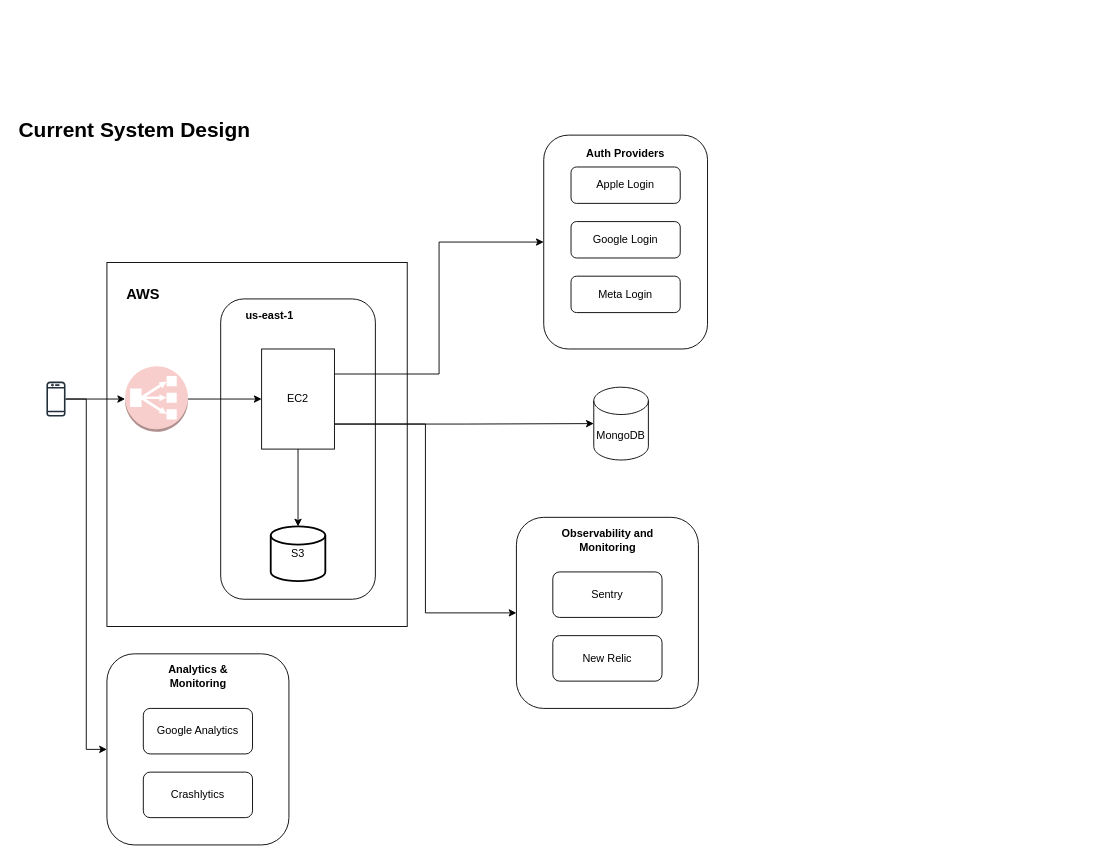
Before: system-design-common-app.drawio in jasieloc/system-design, a draw.io diagram. Source tidied: cells renumbered, new cells numbered last; positions are measured from the earlier drawing's top-left corner, leaving out a move shared by most shapes. Both pictures are drawn from the tidied source at 91%, with x=0, y=0 at pixel (15, 112).
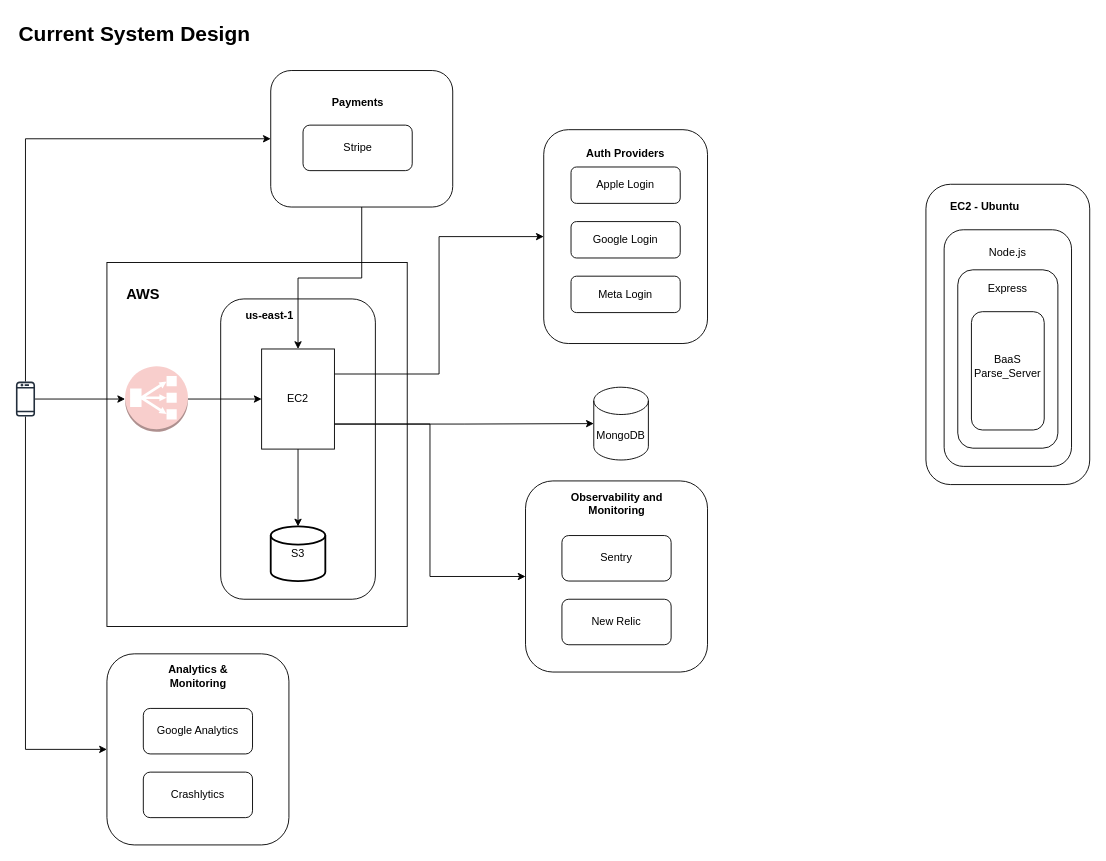
The same diagram, later.

The change refers to these unchanged cells:
```xml
<mxCell id="9" value="EC2" style="rounded=0;whiteSpace=wrap;html=1;" parent="1" vertex="1">
  <mxGeometry x="270" y="260" width="80" height="110" as="geometry" />
</mxCell>
<mxCell id="23" style="rounded=1;whiteSpace=wrap;html=1;fillColor=none;" parent="1" vertex="1">
  <mxGeometry x="100" y="595" width="200" height="210" as="geometry" />
</mxCell>
```

Diff of the diagram source:
```diff
@@
+    <mxCell id="32" style="edgeStyle=orthogonalEdgeStyle;rounded=0;jettySize=auto;html=1;" parent="1" edge="1" source="33" target="9">
+      <mxGeometry relative="1" as="geometry" />
+    </mxCell>
+    <mxCell id="33" style="rounded=1;whiteSpace=wrap;html=1;fillColor=none;" parent="1" vertex="1">
+      <mxGeometry x="280" y="-46" width="200" height="150" as="geometry" />
+    </mxCell>
@@
     <mxCell id="4" value="Current System Design" style="text;html=1;align=center;verticalAlign=middle;strokeColor=none;fillColor=none;fontSize=23;fontStyle=1;" parent="1" vertex="1">
-      <mxGeometry width="260" height="40" as="geometry" />
+      <mxGeometry y="-106" width="260" height="40" as="geometry" />
     </mxCell>
@@
     <mxCell id="11" style="edgeStyle=orthogonalEdgeStyle;rounded=0;jettySize=auto;html=1;entryX=0;entryY=0.5;entryDx=0;entryDy=0;" parent="1" edge="1" source="12" target="23">
-      <mxGeometry relative="1" as="geometry" />
+      <mxGeometry relative="1" as="geometry">
+        <Array as="points">
+          <mxPoint x="11" y="700" />
+        </Array>
+      </mxGeometry>
     </mxCell>
+    <mxCell id="34" style="edgeStyle=orthogonalEdgeStyle;rounded=0;jettySize=auto;html=1;entryX=0;entryY=0.5;entryDx=0;entryDy=0;" parent="1" edge="1" source="12" target="33">
+      <mxGeometry relative="1" as="geometry">
+        <Array as="points">
+          <mxPoint x="11" y="29" />
+        </Array>
+      </mxGeometry>
+    </mxCell>
     <mxCell id="12" style="sketch=0;outlineConnect=0;fontColor=#232F3E;gradientColor=none;fillColor=#232F3D;strokeColor=none;dashed=0;verticalLabelPosition=bottom;verticalAlign=top;align=center;html=1;fontSize=12;fontStyle=0;shape=mxgraph.aws4.mobile_client;" parent="1" vertex="1">
-      <mxGeometry x="33.5" y="295" width="21" height="40" as="geometry" />
+      <mxGeometry y="295" width="21" height="40" as="geometry" />
     </mxCell>
@@
     <mxCell id="21" style="rounded=1;whiteSpace=wrap;html=1;fillColor=none;" parent="1" vertex="1">
-      <mxGeometry x="580" y="25" width="180" height="235" as="geometry" />
+      <mxGeometry x="580" y="19" width="180" height="235" as="geometry" />
     </mxCell>
@@
     <mxCell id="28" style="rounded=1;whiteSpace=wrap;html=1;fillColor=none;" parent="1" vertex="1">
-      <mxGeometry x="550" y="445" width="200" height="210" as="geometry" />
+      <mxGeometry x="560" y="405" width="200" height="210" as="geometry" />
     </mxCell>
     <mxCell id="29" value="Sentry" style="rounded=1;whiteSpace=wrap;html=1;" parent="1" vertex="1">
-      <mxGeometry x="590" y="505" width="120" height="50" as="geometry" />
+      <mxGeometry x="600" y="465" width="120" height="50" as="geometry" />
     </mxCell>
     <mxCell id="30" value="New Relic" style="rounded=1;whiteSpace=wrap;html=1;" parent="1" vertex="1">
-      <mxGeometry x="590" y="575" width="120" height="50" as="geometry" />
+      <mxGeometry x="600" y="535" width="120" height="50" as="geometry" />
     </mxCell>
     <mxCell id="31" value="Observability and Monitoring" style="text;html=1;align=center;verticalAlign=middle;whiteSpace=wrap;rounded=0;fontStyle=1;" parent="1" vertex="1">
-      <mxGeometry x="585.5" y="455" width="129" height="30" as="geometry" />
+      <mxGeometry x="595.5" y="415" width="129" height="30" as="geometry" />
     </mxCell>
+    <mxCell id="35" style="rounded=1;whiteSpace=wrap;html=1;" parent="1" vertex="1">
+      <mxGeometry x="1000" y="79" width="180" height="330" as="geometry" />
+    </mxCell>
+    <mxCell id="36" value="EC2 - Ubuntu" style="text;html=1;align=center;verticalAlign=middle;whiteSpace=wrap;rounded=0;fontStyle=1;" parent="1" vertex="1">
+      <mxGeometry x="1020" y="89" width="90" height="30" as="geometry" />
+    </mxCell>
+    <mxCell id="37" style="rounded=1;whiteSpace=wrap;html=1;" parent="1" vertex="1">
+      <mxGeometry x="1020" y="129" width="140" height="260" as="geometry" />
+    </mxCell>
+    <mxCell id="38" value="Node.js" style="text;html=1;align=center;verticalAlign=middle;whiteSpace=wrap;rounded=0;" parent="1" vertex="1">
+      <mxGeometry x="1060" y="139" width="60" height="30" as="geometry" />
+    </mxCell>
+    <mxCell id="39" style="rounded=1;whiteSpace=wrap;html=1;fillColor=none;" parent="1" vertex="1">
+      <mxGeometry x="1035" y="173" width="110" height="196" as="geometry" />
+    </mxCell>
+    <mxCell id="40" value="Express" style="text;html=1;align=center;verticalAlign=middle;whiteSpace=wrap;rounded=0;" parent="1" vertex="1">
+      <mxGeometry x="1060" y="179" width="60" height="30" as="geometry" />
+    </mxCell>
+    <mxCell id="41" style="rounded=1;whiteSpace=wrap;html=1;" parent="1" vertex="1">
+      <mxGeometry x="1050" y="219" width="80" height="130" as="geometry" />
+    </mxCell>
+    <mxCell id="42" style="edgeStyle=orthogonalEdgeStyle;rounded=0;orthogonalLoop=1;jettySize=auto;html=1;exitX=0.5;exitY=1;exitDx=0;exitDy=0;" parent="1" edge="1" source="39" target="39">
+      <mxGeometry relative="1" as="geometry" />
+    </mxCell>
+    <mxCell id="43" value="BaaS&lt;div&gt;Parse_Server&lt;/div&gt;" style="text;html=1;align=center;verticalAlign=middle;whiteSpace=wrap;rounded=0;" parent="1" vertex="1">
+      <mxGeometry x="1060" y="264" width="60" height="30" as="geometry" />
+    </mxCell>
+    <mxCell id="44" value="Stripe" style="rounded=1;whiteSpace=wrap;html=1;" parent="1" vertex="1">
+      <mxGeometry x="315.5" y="14" width="120" height="50" as="geometry" />
+    </mxCell>
+    <mxCell id="45" value="Payments" style="text;html=1;align=center;verticalAlign=middle;whiteSpace=wrap;rounded=0;fontStyle=1;" parent="1" vertex="1">
+      <mxGeometry x="345.5" y="-26" width="60" height="30" as="geometry" />
+    </mxCell>
```
